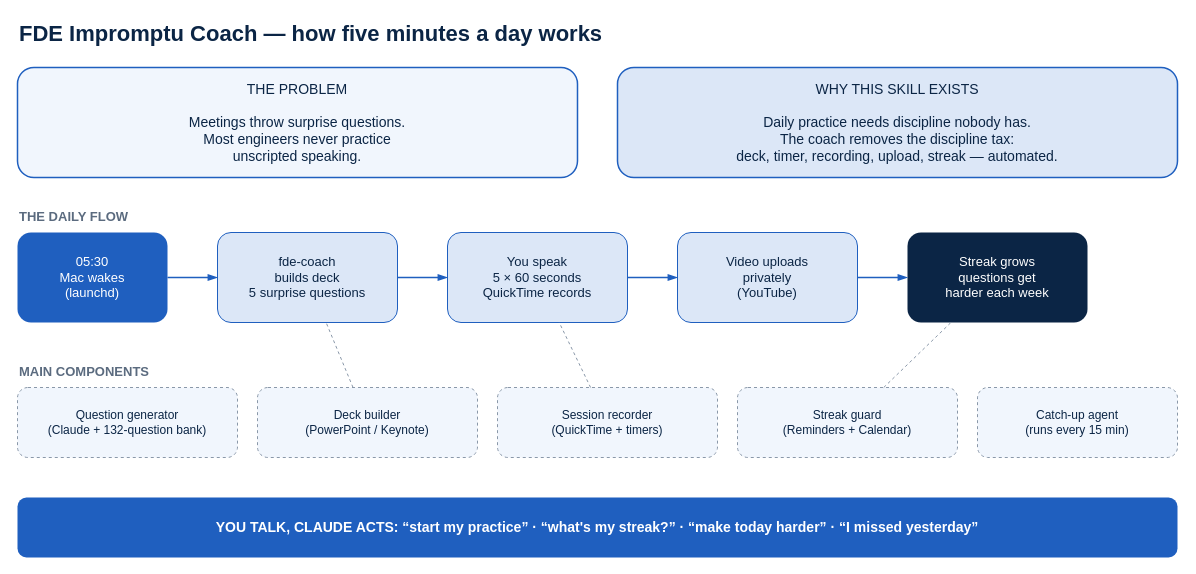
Above: architecture.drawio in rajchampaneriya/fde-impromptu-coach (draw.io), before the change. Source tidied: cells renumbered, new cells numbered last; positions are measured from the earlier drawing's top-left corner, leaving out a move shared by most shapes. Both pictures are drawn from the tidied source at 100%, with x=0, y=0 at pixel (17, 17).
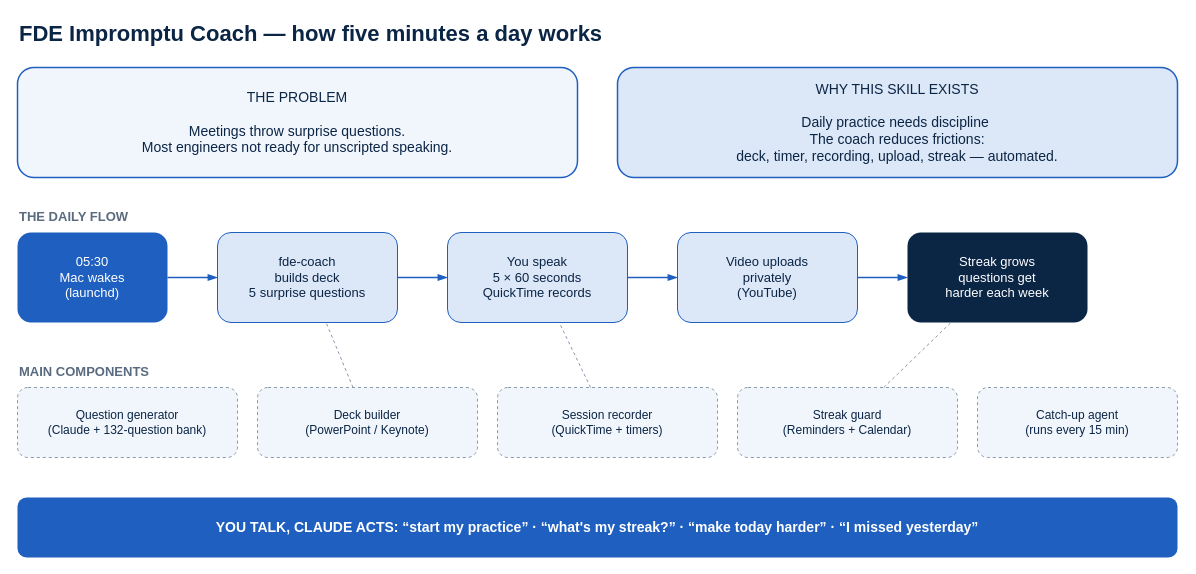
After the change.

Commit message:
docs(architecture): refresh drawio wording and resave via diagrams.net editor

What changed in the source:
```diff
@@
-    <mxCell id="3" value="THE PROBLEM&#10;&#10;Meetings throw surprise questions.&#10;Most engineers never practice&#10;unscripted speaking." style="rounded=1;whiteSpace=wrap;html=1;fontFamily=Calibri;fontSize=14;fontColor=#0B2545;fillColor=#F1F6FD;strokeColor=#1F5FBF;strokeWidth=1.5;verticalAlign=middle;spacing=8;" parent="1" vertex="1">
+    <mxCell id="3" value="THE PROBLEM&lt;br&gt;&lt;br&gt;Meetings throw surprise questions.&lt;br&gt;Most engineers not ready for unscripted speaking." style="rounded=1;whiteSpace=wrap;html=1;fontFamily=Calibri;fontSize=14;fontColor=#0B2545;fillColor=#F1F6FD;strokeColor=#1F5FBF;strokeWidth=1.5;verticalAlign=middle;spacing=8;" parent="1" vertex="1">
       <mxGeometry y="50" width="560" height="110" as="geometry" />
     </mxCell>
-    <mxCell id="4" value="WHY THIS SKILL EXISTS&#10;&#10;Daily practice needs discipline nobody has.&#10;The coach removes the discipline tax:&#10;deck, timer, recording, upload, streak — automated." style="rounded=1;whiteSpace=wrap;html=1;fontFamily=Calibri;fontSize=14;fontColor=#0B2545;fillColor=#DCE7F7;strokeColor=#1F5FBF;strokeWidth=1.5;verticalAlign=middle;spacing=8;" parent="1" vertex="1">
+    <mxCell id="4" value="WHY THIS SKILL EXISTS&lt;br&gt;&lt;br&gt;Daily practice needs discipline&amp;nbsp;&lt;br&gt;The coach reduces frictions:&lt;br&gt;deck, timer, recording, upload, streak — automated." style="rounded=1;whiteSpace=wrap;html=1;fontFamily=Calibri;fontSize=14;fontColor=#0B2545;fillColor=#DCE7F7;strokeColor=#1F5FBF;strokeWidth=1.5;verticalAlign=middle;spacing=8;" parent="1" vertex="1">
       <mxGeometry x="600" y="50" width="560" height="110" as="geometry" />
     </mxCell>
```
